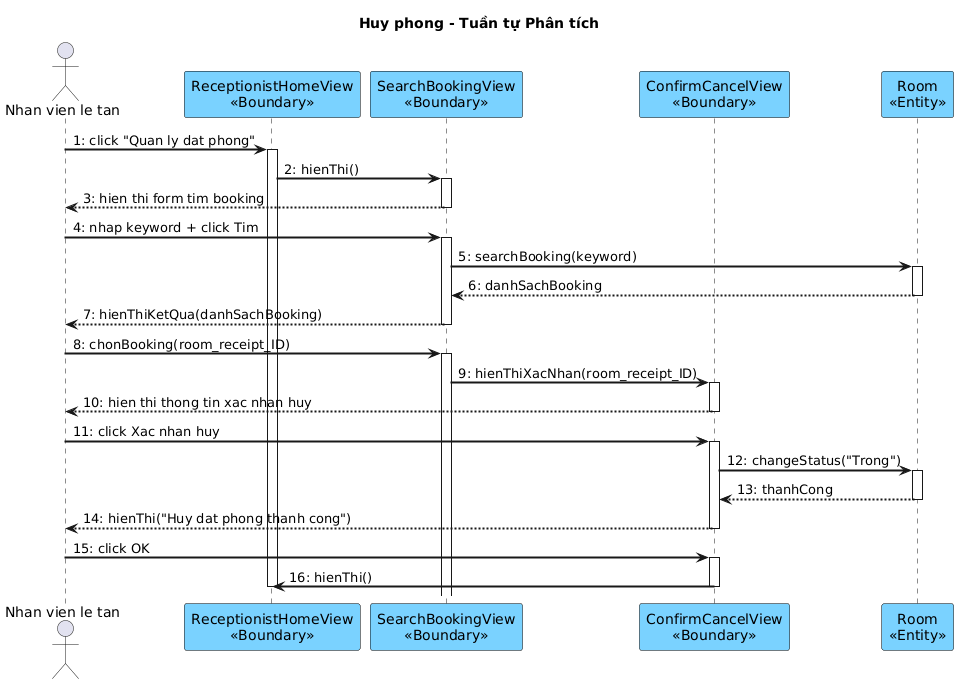
thanhtrnnn/cnpm keeps this PlantUML diagram as output/diagrams/booking_aseq_huyphong.png. Above is the earlier version.
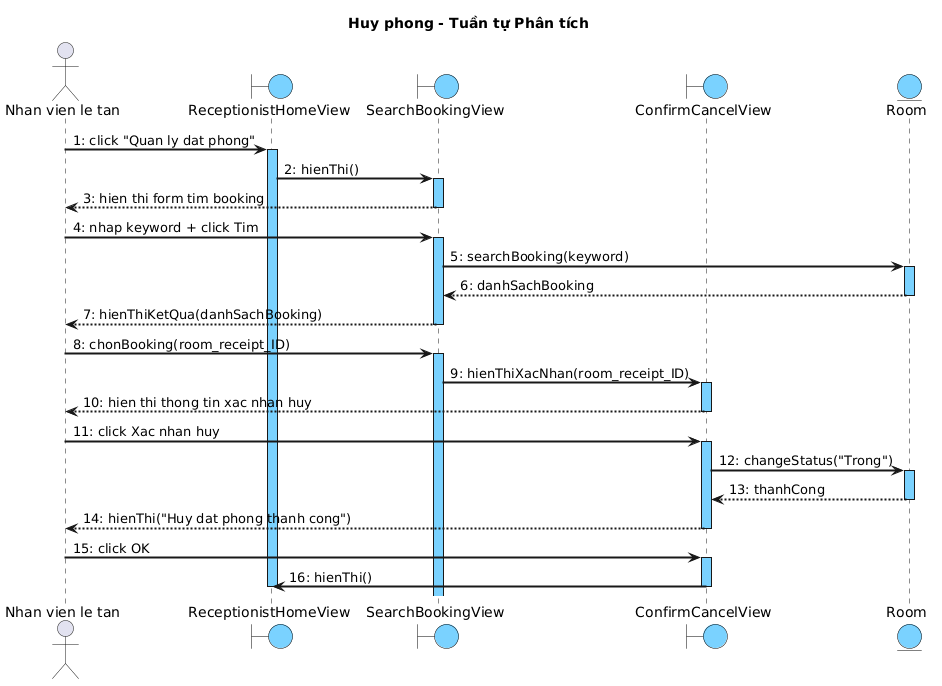
Above is the later version.

Commit message:
fix: sequence diagrams - blue activation bars + boundary/entity circle symbols

The edit, as a diff of the source:
```diff
@@ -2,6 +2,7 @@
 skinparam shadowing false
 skinparam SequenceMessageAlign left
 skinparam SequenceArrowThickness 2
+skinparam SequenceLifeLineBackgroundColor #7AD2FF
 skinparam ParticipantBackgroundColor #7AD2FF
 skinparam ParticipantBorderColor black
 skinparam BoundaryBackgroundColor #7AD2FF
@@ -12,10 +13,10 @@
 title Huy phong - Tuần tự Phân tích
 
 actor "Nhan vien le tan" as NV
-participant "ReceptionistHomeView\n<<Boundary>>" as Home
-participant "SearchBookingView\n<<Boundary>>" as SBV
-participant "ConfirmCancelView\n<<Boundary>>" as CCV
-participant "Room\n<<Entity>>" as Room
+boundary "ReceptionistHomeView" as Home
+boundary "SearchBookingView" as SBV
+boundary "ConfirmCancelView" as CCV
+entity "Room" as Room
 
 NV -> Home : 1: click "Quan ly dat phong"
 activate Home
```
